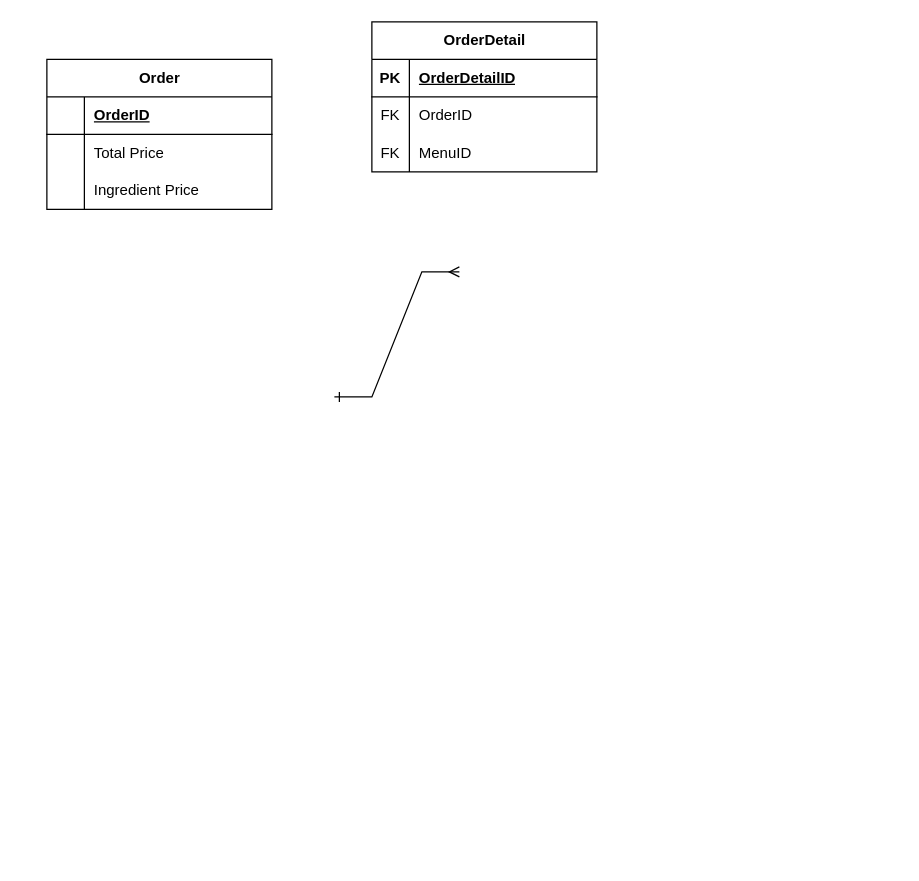
The draw.io diagram Unit C Lab - Dae K .drawio in dkim28/computer-science, before the edit. Source tidied: cells renumbered, new cells numbered last; positions are measured from the earlier drawing's top-left corner, leaving out a move shared by most shapes. Both pictures are drawn from the tidied source at 125%, with x=0, y=0 at pixel (46, 21).
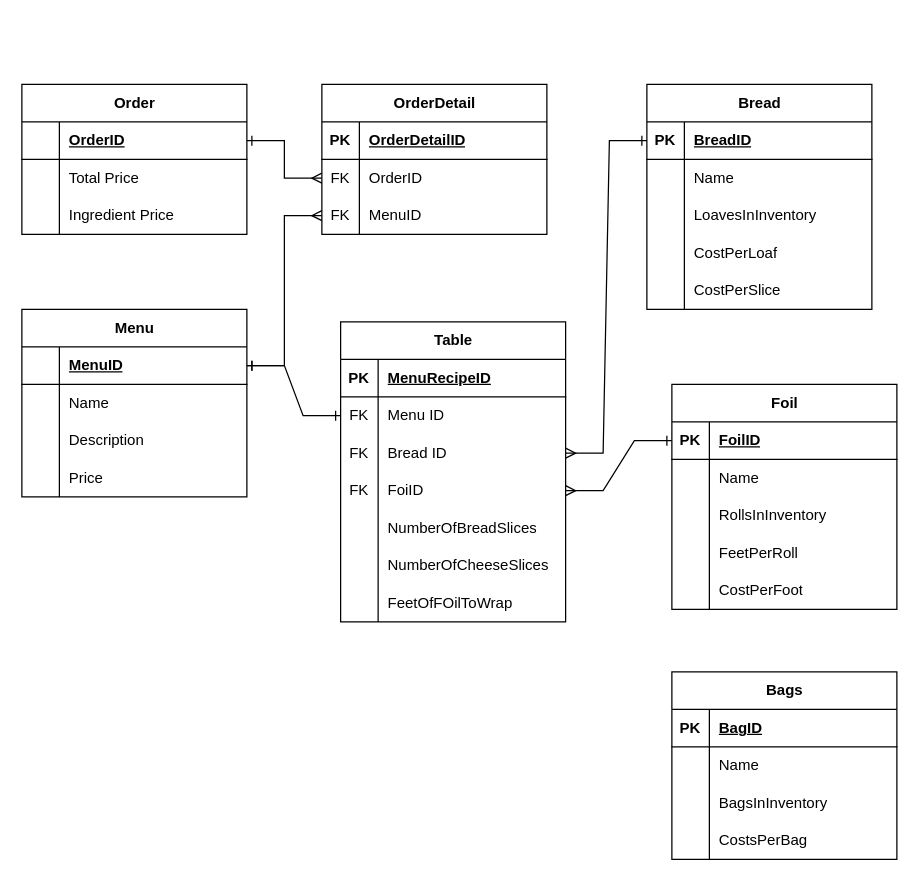
The same diagram, later.

Unchanged cells that the change refers to:
```xml
<mxCell id="3" style="shape=tableRow;horizontal=0;startSize=0;swimlaneHead=0;swimlaneBody=0;fillColor=none;points=[[0,0.5],[1,0.5]];portConstraint=eastwest;top=0;left=0;right=0;bottom=1;" parent="2" vertex="1">
  <mxGeometry y="30" width="180" height="30" as="geometry" />
</mxCell>
<mxCell id="16" style="shape=tableRow;horizontal=0;startSize=0;swimlaneHead=0;swimlaneBody=0;fillColor=none;points=[[0,0.5],[1,0.5]];portConstraint=eastwest;top=0;left=0;right=0;bottom=0;" parent="12" vertex="1">
  <mxGeometry y="60" width="180" height="30" as="geometry" />
</mxCell>
<mxCell id="19" style="shape=tableRow;horizontal=0;startSize=0;swimlaneHead=0;swimlaneBody=0;fillColor=none;points=[[0,0.5],[1,0.5]];portConstraint=eastwest;top=0;left=0;right=0;bottom=0;" parent="12" vertex="1">
  <mxGeometry y="90" width="180" height="30" as="geometry" />
</mxCell>
```

Diff of the diagram source:
```diff
@@
     <mxCell id="2" value="&lt;div&gt;Order&lt;/div&gt;" style="shape=table;startSize=30;childLayout=tableLayout;rowLines=0;fontStyle=1;align=center;html=1;" parent="1" vertex="1">
-      <mxGeometry y="30" width="180" height="120" as="geometry" />
+      <mxGeometry x="-20" y="50" width="180" height="120" as="geometry" />
     </mxCell>
@@
     <mxCell id="12" value="&lt;div&gt;OrderDetail&lt;/div&gt;" style="shape=table;startSize=30;childLayout=tableLayout;rowLines=0;fontStyle=1;align=center;html=1;" parent="1" vertex="1">
-      <mxGeometry x="260" width="180" height="120" as="geometry" />
+      <mxGeometry x="220" y="50" width="180" height="120" as="geometry" />
     </mxCell>
@@
-    <mxCell id="22" style="edgeStyle=entityRelationEdgeStyle;fontSize=12;html=1;endArrow=ERmany;rounded=0;startArrow=ERone;startFill=0;" parent="1" edge="1">
-      <mxGeometry relative="1" as="geometry">
-        <mxPoint x="230" y="300" as="sourcePoint" />
-        <mxPoint x="330" y="200" as="targetPoint" />
-      </mxGeometry>
+    <mxCell id="22" style="edgeStyle=entityRelationEdgeStyle;fontSize=12;html=1;endArrow=ERmany;rounded=0;startArrow=ERone;startFill=0;entryX=0;entryY=0.5;entryDx=0;entryDy=0;exitX=1;exitY=0.5;exitDx=0;exitDy=0;" parent="1" edge="1" source="3" target="16">
+      <mxGeometry relative="1" as="geometry" />
     </mxCell>
+    <mxCell id="23" value="Menu" style="shape=table;startSize=30;childLayout=tableLayout;rowLines=0;fontStyle=1;align=center;html=1;" parent="1" vertex="1">
+      <mxGeometry x="-20" y="230" width="180" height="150" as="geometry" />
+    </mxCell>
+    <mxCell id="24" style="shape=tableRow;horizontal=0;startSize=0;swimlaneHead=0;swimlaneBody=0;fillColor=none;points=[[0,0.5],[1,0.5]];portConstraint=eastwest;top=0;left=0;right=0;bottom=1;" parent="23" vertex="1">
+      <mxGeometry y="30" width="180" height="30" as="geometry" />
+    </mxCell>
+    <mxCell id="25" style="shape=partialRectangle;fillColor=none;top=0;left=0;bottom=0;right=0;fontStyle=1;overflow=hidden;whiteSpace=wrap;html=1;" parent="24" vertex="1">
+      <mxGeometry width="30" height="30" as="geometry" />
+    </mxCell>
+    <mxCell id="26" value="MenuID" style="shape=partialRectangle;fillColor=none;top=0;left=0;bottom=0;right=0;align=left;spacingLeft=6;fontStyle=5;overflow=hidden;whiteSpace=wrap;html=1;" parent="24" vertex="1">
+      <mxGeometry x="30" width="150" height="30" as="geometry" />
+    </mxCell>
+    <mxCell id="27" style="shape=tableRow;horizontal=0;startSize=0;swimlaneHead=0;swimlaneBody=0;fillColor=none;top=0;left=0;right=0;bottom=0;" parent="23" vertex="1">
+      <mxGeometry y="60" width="180" height="30" as="geometry" />
+    </mxCell>
+    <mxCell id="28" style="shape=partialRectangle;fillColor=none;top=0;left=0;bottom=0;right=0;overflow=hidden;whiteSpace=wrap;html=1;" parent="27" vertex="1">
+      <mxGeometry width="30" height="30" as="geometry" />
+    </mxCell>
+    <mxCell id="29" value="Name" style="shape=partialRectangle;fillColor=none;top=0;left=0;bottom=0;right=0;align=left;spacingLeft=6;overflow=hidden;whiteSpace=wrap;html=1;" parent="27" vertex="1">
+      <mxGeometry x="30" width="150" height="30" as="geometry" />
+    </mxCell>
+    <mxCell id="30" style="shape=tableRow;horizontal=0;startSize=0;swimlaneHead=0;swimlaneBody=0;fillColor=none;top=0;left=0;right=0;bottom=0;" parent="23" vertex="1">
+      <mxGeometry y="90" width="180" height="30" as="geometry" />
+    </mxCell>
+    <mxCell id="31" style="shape=partialRectangle;fillColor=none;top=0;left=0;bottom=0;right=0;overflow=hidden;whiteSpace=wrap;html=1;" parent="30" vertex="1">
+      <mxGeometry width="30" height="30" as="geometry" />
+    </mxCell>
+    <mxCell id="32" value="Description" style="shape=partialRectangle;fillColor=none;top=0;left=0;bottom=0;right=0;align=left;spacingLeft=6;overflow=hidden;whiteSpace=wrap;html=1;" parent="30" vertex="1">
+      <mxGeometry x="30" width="150" height="30" as="geometry" />
+    </mxCell>
+    <mxCell id="33" style="shape=tableRow;horizontal=0;startSize=0;swimlaneHead=0;swimlaneBody=0;fillColor=none;top=0;left=0;right=0;bottom=0;" parent="23" vertex="1">
+      <mxGeometry y="120" width="180" height="30" as="geometry" />
+    </mxCell>
+    <mxCell id="34" style="shape=partialRectangle;fillColor=none;top=0;left=0;bottom=0;right=0;overflow=hidden;whiteSpace=wrap;html=1;" parent="33" vertex="1">
+      <mxGeometry width="30" height="30" as="geometry" />
+    </mxCell>
+    <mxCell id="35" value="Price" style="shape=partialRectangle;fillColor=none;top=0;left=0;bottom=0;right=0;align=left;spacingLeft=6;overflow=hidden;whiteSpace=wrap;html=1;" parent="33" vertex="1">
+      <mxGeometry x="30" width="150" height="30" as="geometry" />
+    </mxCell>
+    <mxCell id="36" style="edgeStyle=entityRelationEdgeStyle;fontSize=12;html=1;endArrow=ERmany;rounded=0;startArrow=ERone;startFill=0;entryX=0;entryY=0.5;entryDx=0;entryDy=0;exitX=1;exitY=0.5;exitDx=0;exitDy=0;" parent="1" edge="1" source="24" target="19">
+      <mxGeometry relative="1" as="geometry" />
+    </mxCell>
+    <mxCell id="37" value="Table" style="shape=table;startSize=30;childLayout=tableLayout;rowLines=0;fontStyle=1;align=center;html=1;" parent="1" vertex="1">
+      <mxGeometry x="235" y="240" width="180" height="240" as="geometry" />
+    </mxCell>
+    <mxCell id="38" style="shape=tableRow;horizontal=0;startSize=0;swimlaneHead=0;swimlaneBody=0;fillColor=none;top=0;left=0;right=0;bottom=1;" parent="37" vertex="1">
+      <mxGeometry y="30" width="180" height="30" as="geometry" />
+    </mxCell>
+    <mxCell id="39" value="PK" style="shape=partialRectangle;fillColor=none;top=0;left=0;bottom=0;right=0;fontStyle=1;overflow=hidden;whiteSpace=wrap;html=1;" parent="38" vertex="1">
+      <mxGeometry width="30" height="30" as="geometry" />
+    </mxCell>
+    <mxCell id="40" value="MenuRecipeID" style="shape=partialRectangle;fillColor=none;top=0;left=0;bottom=0;right=0;align=left;spacingLeft=6;fontStyle=5;overflow=hidden;whiteSpace=wrap;html=1;" parent="38" vertex="1">
+      <mxGeometry x="30" width="150" height="30" as="geometry" />
+    </mxCell>
+    <mxCell id="41" style="shape=tableRow;horizontal=0;startSize=0;swimlaneHead=0;swimlaneBody=0;fillColor=none;points=[[0,0.5],[1,0.5]];portConstraint=eastwest;top=0;left=0;right=0;bottom=0;" parent="37" vertex="1">
+      <mxGeometry y="60" width="180" height="30" as="geometry" />
+    </mxCell>
+    <mxCell id="42" value="FK" style="shape=partialRectangle;fillColor=none;top=0;left=0;bottom=0;right=0;overflow=hidden;whiteSpace=wrap;html=1;" parent="41" vertex="1">
+      <mxGeometry width="30" height="30" as="geometry" />
+    </mxCell>
+    <mxCell id="43" value="Menu ID" style="shape=partialRectangle;fillColor=none;top=0;left=0;bottom=0;right=0;align=left;spacingLeft=6;overflow=hidden;whiteSpace=wrap;html=1;" parent="41" vertex="1">
+      <mxGeometry x="30" width="150" height="30" as="geometry" />
+    </mxCell>
+    <mxCell id="44" style="shape=tableRow;horizontal=0;startSize=0;swimlaneHead=0;swimlaneBody=0;fillColor=none;points=[[0,0.5],[1,0.5]];portConstraint=eastwest;top=0;left=0;right=0;bottom=0;" parent="37" vertex="1">
+      <mxGeometry y="90" width="180" height="30" as="geometry" />
+    </mxCell>
+    <mxCell id="45" value="FK" style="shape=partialRectangle;fillColor=none;top=0;left=0;bottom=0;right=0;overflow=hidden;whiteSpace=wrap;html=1;" parent="44" vertex="1">
+      <mxGeometry width="30" height="30" as="geometry" />
+    </mxCell>
+    <mxCell id="46" value="Bread ID" style="shape=partialRectangle;fillColor=none;top=0;left=0;bottom=0;right=0;align=left;spacingLeft=6;overflow=hidden;whiteSpace=wrap;html=1;" parent="44" vertex="1">
+      <mxGeometry x="30" width="150" height="30" as="geometry" />
+    </mxCell>
+    <mxCell id="47" style="shape=tableRow;horizontal=0;startSize=0;swimlaneHead=0;swimlaneBody=0;fillColor=none;points=[[0,0.5],[1,0.5]];portConstraint=eastwest;top=0;left=0;right=0;bottom=0;" parent="37" vertex="1">
+      <mxGeometry y="120" width="180" height="30" as="geometry" />
+    </mxCell>
+    <mxCell id="48" value="FK" style="shape=partialRectangle;fillColor=none;top=0;left=0;bottom=0;right=0;overflow=hidden;whiteSpace=wrap;html=1;" parent="47" vertex="1">
+      <mxGeometry width="30" height="30" as="geometry" />
+    </mxCell>
+    <mxCell id="49" value="FoiID" style="shape=partialRectangle;fillColor=none;top=0;left=0;bottom=0;right=0;align=left;spacingLeft=6;overflow=hidden;whiteSpace=wrap;html=1;" parent="47" vertex="1">
+      <mxGeometry x="30" width="150" height="30" as="geometry" />
+    </mxCell>
+    <mxCell id="50" style="shape=tableRow;horizontal=0;startSize=0;swimlaneHead=0;swimlaneBody=0;fillColor=none;top=0;left=0;right=0;bottom=0;" parent="37" vertex="1">
+      <mxGeometry y="150" width="180" height="30" as="geometry" />
+    </mxCell>
+    <mxCell id="51" style="shape=partialRectangle;fillColor=none;top=0;left=0;bottom=0;right=0;overflow=hidden;whiteSpace=wrap;html=1;" parent="50" vertex="1">
+      <mxGeometry width="30" height="30" as="geometry" />
+    </mxCell>
+    <mxCell id="52" value="NumberOfBreadSlices" style="shape=partialRectangle;fillColor=none;top=0;left=0;bottom=0;right=0;align=left;spacingLeft=6;overflow=hidden;whiteSpace=wrap;html=1;" parent="50" vertex="1">
+      <mxGeometry x="30" width="150" height="30" as="geometry" />
+    </mxCell>
+    <mxCell id="53" style="shape=tableRow;horizontal=0;startSize=0;swimlaneHead=0;swimlaneBody=0;fillColor=none;top=0;left=0;right=0;bottom=0;" parent="37" vertex="1">
+      <mxGeometry y="180" width="180" height="30" as="geometry" />
+    </mxCell>
+    <mxCell id="54" style="shape=partialRectangle;fillColor=none;top=0;left=0;bottom=0;right=0;overflow=hidden;whiteSpace=wrap;html=1;" parent="53" vertex="1">
+      <mxGeometry width="30" height="30" as="geometry" />
+    </mxCell>
+    <mxCell id="55" value="NumberOfCheeseSlices" style="shape=partialRectangle;fillColor=none;top=0;left=0;bottom=0;right=0;align=left;spacingLeft=6;overflow=hidden;whiteSpace=wrap;html=1;" parent="53" vertex="1">
+      <mxGeometry x="30" width="150" height="30" as="geometry" />
+    </mxCell>
+    <mxCell id="56" style="shape=tableRow;horizontal=0;startSize=0;swimlaneHead=0;swimlaneBody=0;fillColor=none;top=0;left=0;right=0;bottom=0;" parent="37" vertex="1">
+      <mxGeometry y="210" width="180" height="30" as="geometry" />
+    </mxCell>
+    <mxCell id="57" style="shape=partialRectangle;fillColor=none;top=0;left=0;bottom=0;right=0;overflow=hidden;whiteSpace=wrap;html=1;" parent="56" vertex="1">
+      <mxGeometry width="30" height="30" as="geometry" />
+    </mxCell>
+    <mxCell id="58" value="FeetOfFOilToWrap" style="shape=partialRectangle;fillColor=none;top=0;left=0;bottom=0;right=0;align=left;spacingLeft=6;overflow=hidden;whiteSpace=wrap;html=1;" parent="56" vertex="1">
+      <mxGeometry x="30" width="150" height="30" as="geometry" />
+    </mxCell>
+    <mxCell id="59" style="edgeStyle=entityRelationEdgeStyle;fontSize=12;html=1;endArrow=ERone;rounded=0;startArrow=ERone;startFill=0;endFill=0;" parent="1" edge="1" source="24" target="41">
+      <mxGeometry relative="1" as="geometry" />
+    </mxCell>
+    <mxCell id="60" value="Bread" style="shape=table;startSize=30;childLayout=tableLayout;rowLines=0;fontStyle=1;align=center;html=1;" parent="1" vertex="1">
+      <mxGeometry x="480" y="50" width="180" height="180" as="geometry" />
+    </mxCell>
+    <mxCell id="61" style="shape=tableRow;horizontal=0;startSize=0;swimlaneHead=0;swimlaneBody=0;fillColor=none;points=[[0,0.5],[1,0.5]];portConstraint=eastwest;top=0;left=0;right=0;bottom=1;" parent="60" vertex="1">
+      <mxGeometry y="30" width="180" height="30" as="geometry" />
+    </mxCell>
+    <mxCell id="62" value="PK" style="shape=partialRectangle;fillColor=none;top=0;left=0;bottom=0;right=0;fontStyle=1;overflow=hidden;whiteSpace=wrap;html=1;" parent="61" vertex="1">
+      <mxGeometry width="30" height="30" as="geometry" />
+    </mxCell>
+    <mxCell id="63" value="BreadID" style="shape=partialRectangle;fillColor=none;top=0;left=0;bottom=0;right=0;align=left;spacingLeft=6;fontStyle=5;overflow=hidden;whiteSpace=wrap;html=1;" parent="61" vertex="1">
+      <mxGeometry x="30" width="150" height="30" as="geometry" />
+    </mxCell>
+    <mxCell id="64" style="shape=tableRow;horizontal=0;startSize=0;swimlaneHead=0;swimlaneBody=0;fillColor=none;top=0;left=0;right=0;bottom=0;" parent="60" vertex="1">
+      <mxGeometry y="60" width="180" height="30" as="geometry" />
+    </mxCell>
+    <mxCell id="65" style="shape=partialRectangle;fillColor=none;top=0;left=0;bottom=0;right=0;overflow=hidden;whiteSpace=wrap;html=1;" parent="64" vertex="1">
+      <mxGeometry width="30" height="30" as="geometry" />
+    </mxCell>
+    <mxCell id="66" value="Name" style="shape=partialRectangle;fillColor=none;top=0;left=0;bottom=0;right=0;align=left;spacingLeft=6;overflow=hidden;whiteSpace=wrap;html=1;" parent="64" vertex="1">
+      <mxGeometry x="30" width="150" height="30" as="geometry" />
+    </mxCell>
+    <mxCell id="67" style="shape=tableRow;horizontal=0;startSize=0;swimlaneHead=0;swimlaneBody=0;fillColor=none;top=0;left=0;right=0;bottom=0;" parent="60" vertex="1">
+      <mxGeometry y="90" width="180" height="30" as="geometry" />
+    </mxCell>
+    <mxCell id="68" style="shape=partialRectangle;fillColor=none;top=0;left=0;bottom=0;right=0;overflow=hidden;whiteSpace=wrap;html=1;" parent="67" vertex="1">
+      <mxGeometry width="30" height="30" as="geometry" />
+    </mxCell>
+    <mxCell id="69" value="LoavesInInventory" style="shape=partialRectangle;fillColor=none;top=0;left=0;bottom=0;right=0;align=left;spacingLeft=6;overflow=hidden;whiteSpace=wrap;html=1;" parent="67" vertex="1">
+      <mxGeometry x="30" width="150" height="30" as="geometry" />
+    </mxCell>
+    <mxCell id="70" style="shape=tableRow;horizontal=0;startSize=0;swimlaneHead=0;swimlaneBody=0;fillColor=none;top=0;left=0;right=0;bottom=0;" parent="60" vertex="1">
+      <mxGeometry y="120" width="180" height="30" as="geometry" />
+    </mxCell>
+    <mxCell id="71" style="shape=partialRectangle;fillColor=none;top=0;left=0;bottom=0;right=0;overflow=hidden;whiteSpace=wrap;html=1;" parent="70" vertex="1">
+      <mxGeometry width="30" height="30" as="geometry" />
+    </mxCell>
+    <mxCell id="72" value="CostPerLoaf" style="shape=partialRectangle;fillColor=none;top=0;left=0;bottom=0;right=0;align=left;spacingLeft=6;overflow=hidden;whiteSpace=wrap;html=1;" parent="70" vertex="1">
+      <mxGeometry x="30" width="150" height="30" as="geometry" />
+    </mxCell>
+    <mxCell id="73" style="shape=tableRow;horizontal=0;startSize=0;swimlaneHead=0;swimlaneBody=0;fillColor=none;top=0;left=0;right=0;bottom=0;" parent="60" vertex="1">
+      <mxGeometry y="150" width="180" height="30" as="geometry" />
+    </mxCell>
+    <mxCell id="74" style="shape=partialRectangle;fillColor=none;top=0;left=0;bottom=0;right=0;overflow=hidden;whiteSpace=wrap;html=1;" parent="73" vertex="1">
+      <mxGeometry width="30" height="30" as="geometry" />
+    </mxCell>
+    <mxCell id="75" value="CostPerSlice" style="shape=partialRectangle;fillColor=none;top=0;left=0;bottom=0;right=0;align=left;spacingLeft=6;overflow=hidden;whiteSpace=wrap;html=1;" parent="73" vertex="1">
+      <mxGeometry x="30" width="150" height="30" as="geometry" />
+    </mxCell>
+    <mxCell id="76" style="edgeStyle=entityRelationEdgeStyle;fontSize=12;html=1;endArrow=ERmany;rounded=0;startArrow=ERone;startFill=0;exitX=0;exitY=0.5;exitDx=0;exitDy=0;" parent="1" edge="1" source="61" target="44">
+      <mxGeometry relative="1" as="geometry" />
+    </mxCell>
+    <mxCell id="77" value="Foil" style="shape=table;startSize=30;childLayout=tableLayout;rowLines=0;fontStyle=1;align=center;html=1;" parent="1" vertex="1">
+      <mxGeometry x="500" y="290" width="180" height="180" as="geometry" />
+    </mxCell>
+    <mxCell id="78" style="shape=tableRow;horizontal=0;startSize=0;swimlaneHead=0;swimlaneBody=0;fillColor=none;points=[[0,0.5],[1,0.5]];portConstraint=eastwest;top=0;left=0;right=0;bottom=1;" parent="77" vertex="1">
+      <mxGeometry y="30" width="180" height="30" as="geometry" />
+    </mxCell>
+    <mxCell id="79" value="PK" style="shape=partialRectangle;fillColor=none;top=0;left=0;bottom=0;right=0;fontStyle=1;overflow=hidden;whiteSpace=wrap;html=1;" parent="78" vertex="1">
+      <mxGeometry width="30" height="30" as="geometry" />
+    </mxCell>
+    <mxCell id="80" value="FoilID" style="shape=partialRectangle;fillColor=none;top=0;left=0;bottom=0;right=0;align=left;spacingLeft=6;fontStyle=5;overflow=hidden;whiteSpace=wrap;html=1;" parent="78" vertex="1">
+      <mxGeometry x="30" width="150" height="30" as="geometry" />
+    </mxCell>
+    <mxCell id="81" style="shape=tableRow;horizontal=0;startSize=0;swimlaneHead=0;swimlaneBody=0;fillColor=none;top=0;left=0;right=0;bottom=0;" parent="77" vertex="1">
+      <mxGeometry y="60" width="180" height="30" as="geometry" />
+    </mxCell>
+    <mxCell id="82" style="shape=partialRectangle;fillColor=none;top=0;left=0;bottom=0;right=0;overflow=hidden;whiteSpace=wrap;html=1;" parent="81" vertex="1">
+      <mxGeometry width="30" height="30" as="geometry" />
+    </mxCell>
+    <mxCell id="83" value="Name" style="shape=partialRectangle;fillColor=none;top=0;left=0;bottom=0;right=0;align=left;spacingLeft=6;overflow=hidden;whiteSpace=wrap;html=1;" parent="81" vertex="1">
+      <mxGeometry x="30" width="150" height="30" as="geometry" />
+    </mxCell>
+    <mxCell id="84" style="shape=tableRow;horizontal=0;startSize=0;swimlaneHead=0;swimlaneBody=0;fillColor=none;top=0;left=0;right=0;bottom=0;" parent="77" vertex="1">
+      <mxGeometry y="90" width="180" height="30" as="geometry" />
+    </mxCell>
+    <mxCell id="85" style="shape=partialRectangle;fillColor=none;top=0;left=0;bottom=0;right=0;overflow=hidden;whiteSpace=wrap;html=1;" parent="84" vertex="1">
+      <mxGeometry width="30" height="30" as="geometry" />
+    </mxCell>
+    <mxCell id="86" value="RollsInInventory" style="shape=partialRectangle;fillColor=none;top=0;left=0;bottom=0;right=0;align=left;spacingLeft=6;overflow=hidden;whiteSpace=wrap;html=1;" parent="84" vertex="1">
+      <mxGeometry x="30" width="150" height="30" as="geometry" />
+    </mxCell>
+    <mxCell id="87" style="shape=tableRow;horizontal=0;startSize=0;swimlaneHead=0;swimlaneBody=0;fillColor=none;top=0;left=0;right=0;bottom=0;" parent="77" vertex="1">
+      <mxGeometry y="120" width="180" height="30" as="geometry" />
+    </mxCell>
+    <mxCell id="88" style="shape=partialRectangle;fillColor=none;top=0;left=0;bottom=0;right=0;overflow=hidden;whiteSpace=wrap;html=1;" parent="87" vertex="1">
+      <mxGeometry width="30" height="30" as="geometry" />
+    </mxCell>
+    <mxCell id="89" value="FeetPerRoll" style="shape=partialRectangle;fillColor=none;top=0;left=0;bottom=0;right=0;align=left;spacingLeft=6;overflow=hidden;whiteSpace=wrap;html=1;" parent="87" vertex="1">
+      <mxGeometry x="30" width="150" height="30" as="geometry" />
+    </mxCell>
+    <mxCell id="90" style="shape=tableRow;horizontal=0;startSize=0;swimlaneHead=0;swimlaneBody=0;fillColor=none;top=0;left=0;right=0;bottom=0;" parent="77" vertex="1">
+      <mxGeometry y="150" width="180" height="30" as="geometry" />
+    </mxCell>
+    <mxCell id="91" style="shape=partialRectangle;fillColor=none;top=0;left=0;bottom=0;right=0;overflow=hidden;whiteSpace=wrap;html=1;" parent="90" vertex="1">
+      <mxGeometry width="30" height="30" as="geometry" />
+    </mxCell>
+    <mxCell id="92" value="CostPerFoot" style="shape=partialRectangle;fillColor=none;top=0;left=0;bottom=0;right=0;align=left;spacingLeft=6;overflow=hidden;whiteSpace=wrap;html=1;" parent="90" vertex="1">
+      <mxGeometry x="30" width="150" height="30" as="geometry" />
+    </mxCell>
+    <mxCell id="93" style="edgeStyle=entityRelationEdgeStyle;fontSize=12;html=1;endArrow=ERmany;rounded=0;startArrow=ERone;startFill=0;exitX=0;exitY=0.5;exitDx=0;exitDy=0;entryX=1;entryY=0.5;entryDx=0;entryDy=0;" parent="1" edge="1" source="78" target="47">
+      <mxGeometry relative="1" as="geometry" />
+    </mxCell>
+    <mxCell id="94" value="Bags" style="shape=table;startSize=30;childLayout=tableLayout;rowLines=0;fontStyle=1;align=center;html=1;" parent="1" vertex="1">
+      <mxGeometry x="500" y="520" width="180" height="150" as="geometry" />
+    </mxCell>
+    <mxCell id="95" style="shape=tableRow;horizontal=0;startSize=0;swimlaneHead=0;swimlaneBody=0;fillColor=none;top=0;left=0;right=0;bottom=1;" parent="94" vertex="1">
+      <mxGeometry y="30" width="180" height="30" as="geometry" />
+    </mxCell>
+    <mxCell id="96" value="PK" style="shape=partialRectangle;fillColor=none;top=0;left=0;bottom=0;right=0;fontStyle=1;overflow=hidden;whiteSpace=wrap;html=1;" parent="95" vertex="1">
+      <mxGeometry width="30" height="30" as="geometry" />
+    </mxCell>
+    <mxCell id="97" value="BagID" style="shape=partialRectangle;fillColor=none;top=0;left=0;bottom=0;right=0;align=left;spacingLeft=6;fontStyle=5;overflow=hidden;whiteSpace=wrap;html=1;" parent="95" vertex="1">
+      <mxGeometry x="30" width="150" height="30" as="geometry" />
+    </mxCell>
+    <mxCell id="98" style="shape=tableRow;horizontal=0;startSize=0;swimlaneHead=0;swimlaneBody=0;fillColor=none;top=0;left=0;right=0;bottom=0;" parent="94" vertex="1">
+      <mxGeometry y="60" width="180" height="30" as="geometry" />
+    </mxCell>
+    <mxCell id="99" style="shape=partialRectangle;fillColor=none;top=0;left=0;bottom=0;right=0;overflow=hidden;whiteSpace=wrap;html=1;" parent="98" vertex="1">
+      <mxGeometry width="30" height="30" as="geometry" />
+    </mxCell>
+    <mxCell id="100" value="Name" style="shape=partialRectangle;fillColor=none;top=0;left=0;bottom=0;right=0;align=left;spacingLeft=6;overflow=hidden;whiteSpace=wrap;html=1;" parent="98" vertex="1">
+      <mxGeometry x="30" width="150" height="30" as="geometry" />
+    </mxCell>
+    <mxCell id="101" style="shape=tableRow;horizontal=0;startSize=0;swimlaneHead=0;swimlaneBody=0;fillColor=none;top=0;left=0;right=0;bottom=0;" parent="94" vertex="1">
+      <mxGeometry y="90" width="180" height="30" as="geometry" />
+    </mxCell>
+    <mxCell id="102" style="shape=partialRectangle;fillColor=none;top=0;left=0;bottom=0;right=0;overflow=hidden;whiteSpace=wrap;html=1;" parent="101" vertex="1">
+      <mxGeometry width="30" height="30" as="geometry" />
+    </mxCell>
+    <mxCell id="103" value="BagsInInventory" style="shape=partialRectangle;fillColor=none;top=0;left=0;bottom=0;right=0;align=left;spacingLeft=6;overflow=hidden;whiteSpace=wrap;html=1;" parent="101" vertex="1">
+      <mxGeometry x="30" width="150" height="30" as="geometry" />
+    </mxCell>
+    <mxCell id="104" style="shape=tableRow;horizontal=0;startSize=0;swimlaneHead=0;swimlaneBody=0;fillColor=none;top=0;left=0;right=0;bottom=0;" parent="94" vertex="1">
+      <mxGeometry y="120" width="180" height="30" as="geometry" />
+    </mxCell>
+    <mxCell id="105" style="shape=partialRectangle;fillColor=none;top=0;left=0;bottom=0;right=0;overflow=hidden;whiteSpace=wrap;html=1;" parent="104" vertex="1">
+      <mxGeometry width="30" height="30" as="geometry" />
+    </mxCell>
+    <mxCell id="106" value="CostsPerBag" style="shape=partialRectangle;fillColor=none;top=0;left=0;bottom=0;right=0;align=left;spacingLeft=6;overflow=hidden;whiteSpace=wrap;html=1;" parent="104" vertex="1">
+      <mxGeometry x="30" width="150" height="30" as="geometry" />
+    </mxCell>
```
